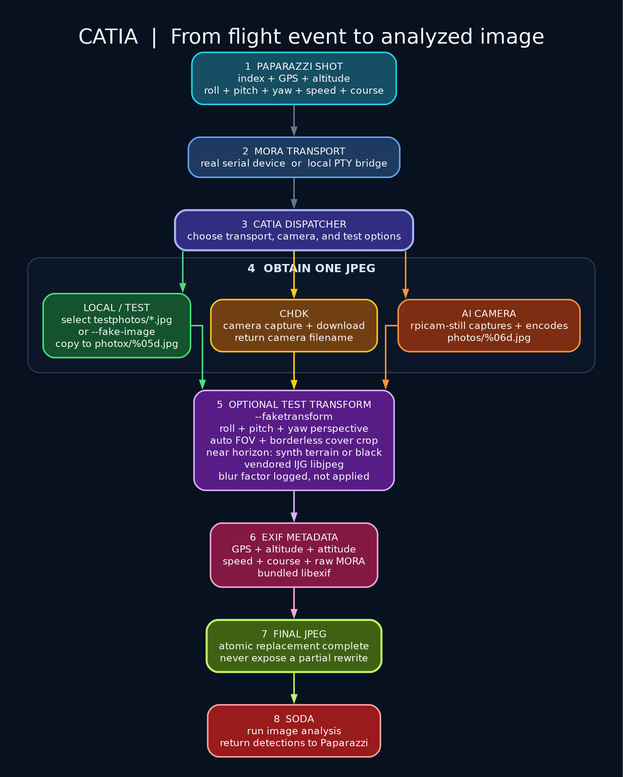
Before: sw/airborne/modules/digital_cam/catia/documentation/catia-flow.png, a diagram exported from Graphviz (tudelft/paparazzi). Its source is kept beside it as sw/airborne/modules/digital_cam/catia/documentation/catia-flow.dot. The source it was exported from:
```dot
digraph CATIA {
  graph [
    rankdir=TB,
    bgcolor="#07111f",
    pad="0.3",
    nodesep="0.3",
    ranksep="0.48",
    fontname="DejaVu Sans",
    label="CATIA  |  From flight event to analyzed image",
    labelloc="t",
    labeljust="c",
    fontsize=22,
    fontcolor="#f8fafc",
    splines=ortho
  ];

  node [
    shape=rect,
    style="rounded,filled",
    fontname="DejaVu Sans",
    fontsize=10.5,
    fontcolor="#f8fafc",
    color="#475569",
    penwidth=1.6,
    margin="0.18,0.12"
  ];

  edge [
    fontname="DejaVu Sans",
    fontsize=9,
    fontcolor="#cbd5e1",
    color="#64748b",
    penwidth=1.6,
    arrowsize=0.75
  ];

  shot [
    label="1  PAPARAZZI SHOT\nindex + GPS + altitude\nroll + pitch + yaw + speed + course",
    fillcolor="#164e63",
    color="#22d3ee"
  ];

  transport [
    label="2  MORA TRANSPORT\nreal serial device  or  local PTY bridge",
    fillcolor="#1e3a5f",
    color="#60a5fa"
  ];

  dispatcher [
    label="3  CATIA DISPATCHER\nchoose transport, camera, and test options",
    fillcolor="#312e81",
    color="#a5b4fc",
    penwidth=2.2
  ];

  subgraph cluster_capture {
    label="4  OBTAIN ONE JPEG";
    labelloc="t";
    fontsize=12;
    fontname="DejaVu Sans Bold";
    fontcolor="#dbeafe";
    color="#334155";
    fillcolor="#0b1728";
    style="rounded,filled";
    margin=16;

    local [
      label="LOCAL / TEST\nselect testphotos/*.jpg\nor --fake-image\ncopy to photox/%05d.jpg",
      fillcolor="#14532d",
      color="#4ade80"
    ];

    chdk [
      label="CHDK\ncamera capture + download\nreturn camera filename",
      fillcolor="#713f12",
      color="#facc15"
    ];

    aicam [
      label="AI CAMERA\nrpicam-still captures + encodes\nphotos/%06d.jpg",
      fillcolor="#7c2d12",
      color="#fb923c"
    ];

    {rank=same; local; chdk; aicam;}
  }

  transform [
    label="5  OPTIONAL TEST TRANSFORM\n--faketransform\nroll + pitch + yaw perspective\nauto FOV + borderless cover crop\nnear horizon: synth terrain or black\nvendored IJG libjpeg\nblur factor logged, not applied",
    fillcolor="#581c87",
    color="#d8b4fe"
  ];

  exif [
    label="6  EXIF METADATA\nGPS + altitude + attitude\nspeed + course + raw MORA\nbundled libexif",
    fillcolor="#831843",
    color="#f9a8d4"
  ];

  final [
    label="7  FINAL JPEG\natomic replacement complete\nnever expose a partial rewrite",
    fillcolor="#3f6212",
    color="#bef264",
    penwidth=2.2
  ];

  soda [
    label="8  SODA\nrun image analysis\nreturn detections to Paparazzi",
    fillcolor="#991b1b",
    color="#fca5a5"
  ];

  shot -> transport;
  transport -> dispatcher;
  dispatcher -> local [color="#4ade80"];
  dispatcher -> chdk [color="#facc15"];
  dispatcher -> aicam [color="#fb923c"];
  local -> transform [color="#4ade80"];
  chdk -> transform [color="#facc15"];
  aicam -> transform [color="#fb923c"];
  transform -> exif [color="#d8b4fe"];
  exif -> final [color="#f9a8d4"];
  final -> soda [color="#bef264"];
}
```
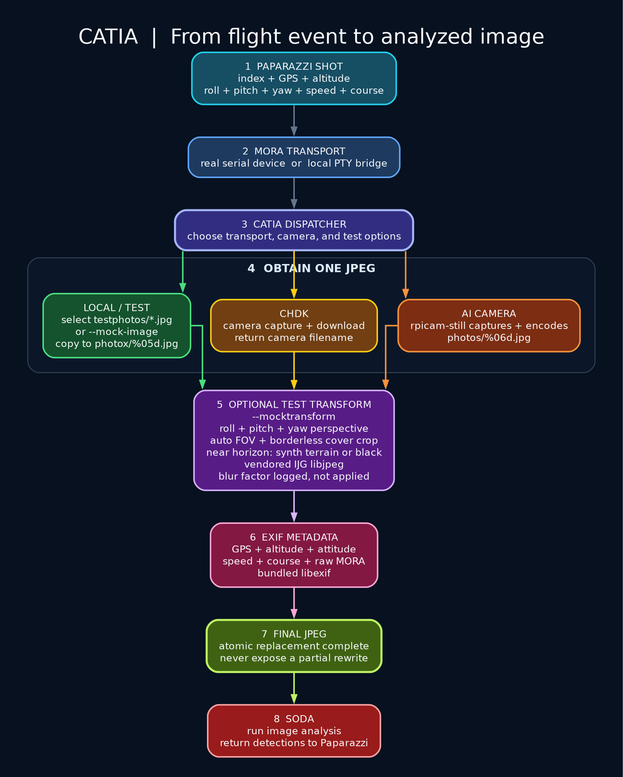
The same file after the commit.

Diff of the diagram source:
```diff
@@ -65,7 +65,7 @@
     margin=16;
 
     local [
-      label="LOCAL / TEST\nselect testphotos/*.jpg\nor --fake-image\ncopy to photox/%05d.jpg",
+      label="LOCAL / TEST\nselect testphotos/*.jpg\nor --mock-image\ncopy to photox/%05d.jpg",
       fillcolor="#14532d",
       color="#4ade80"
     ];
@@ -86,7 +86,7 @@
   }
 
   transform [
-    label="5  OPTIONAL TEST TRANSFORM\n--faketransform\nroll + pitch + yaw perspective\nauto FOV + borderless cover crop\nnear horizon: synth terrain or black\nvendored IJG libjpeg\nblur factor logged, not applied",
+    label="5  OPTIONAL TEST TRANSFORM\n--mocktransform\nroll + pitch + yaw perspective\nauto FOV + borderless cover crop\nnear horizon: synth terrain or black\nvendored IJG libjpeg\nblur factor logged, not applied",
     fillcolor="#581c87",
     color="#d8b4fe"
   ];
```
